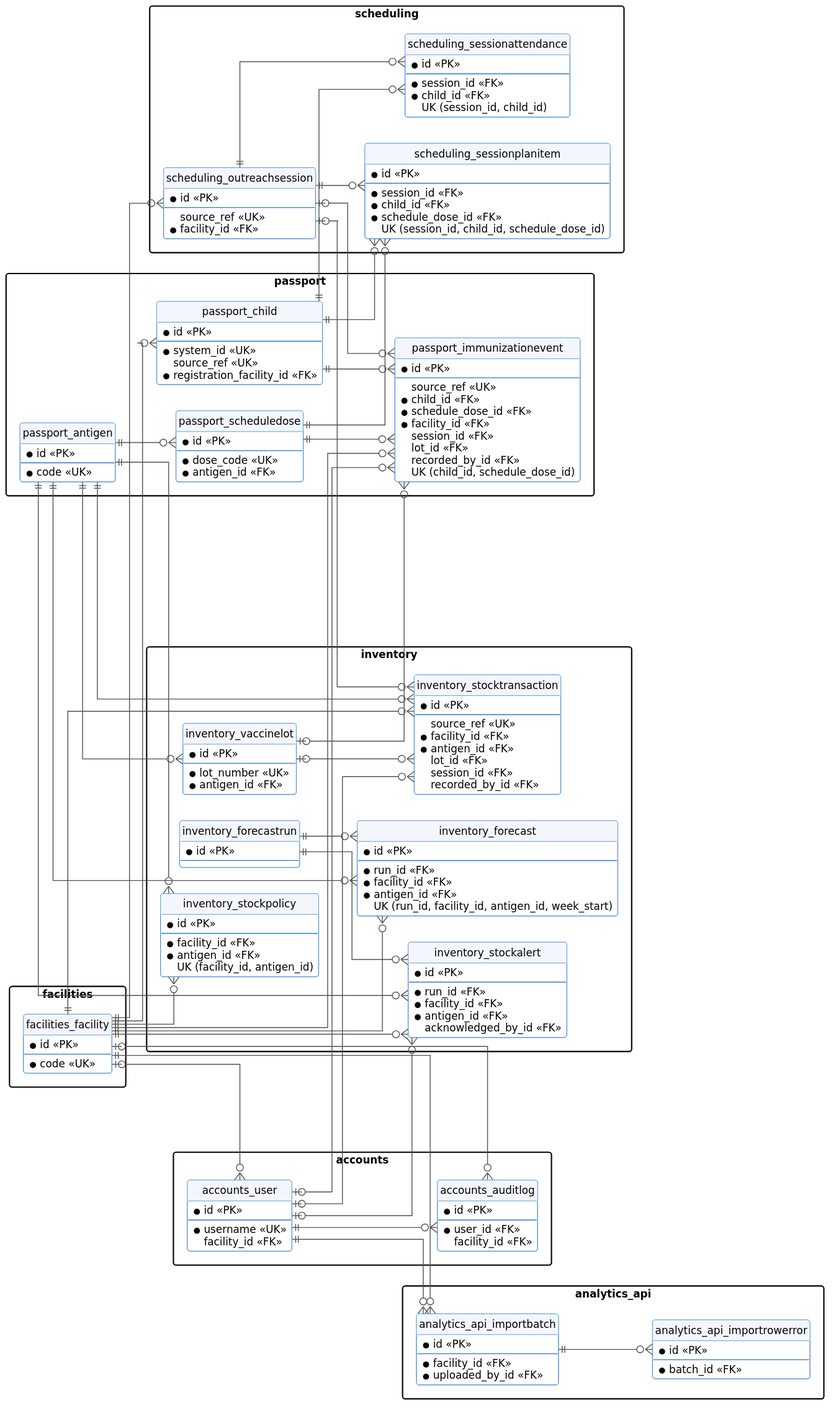
This is docs/evidence/F-ERD_entity_relationship.svg from shantelle04/immunization-dss, a PlantUML export, as it was before one commit.
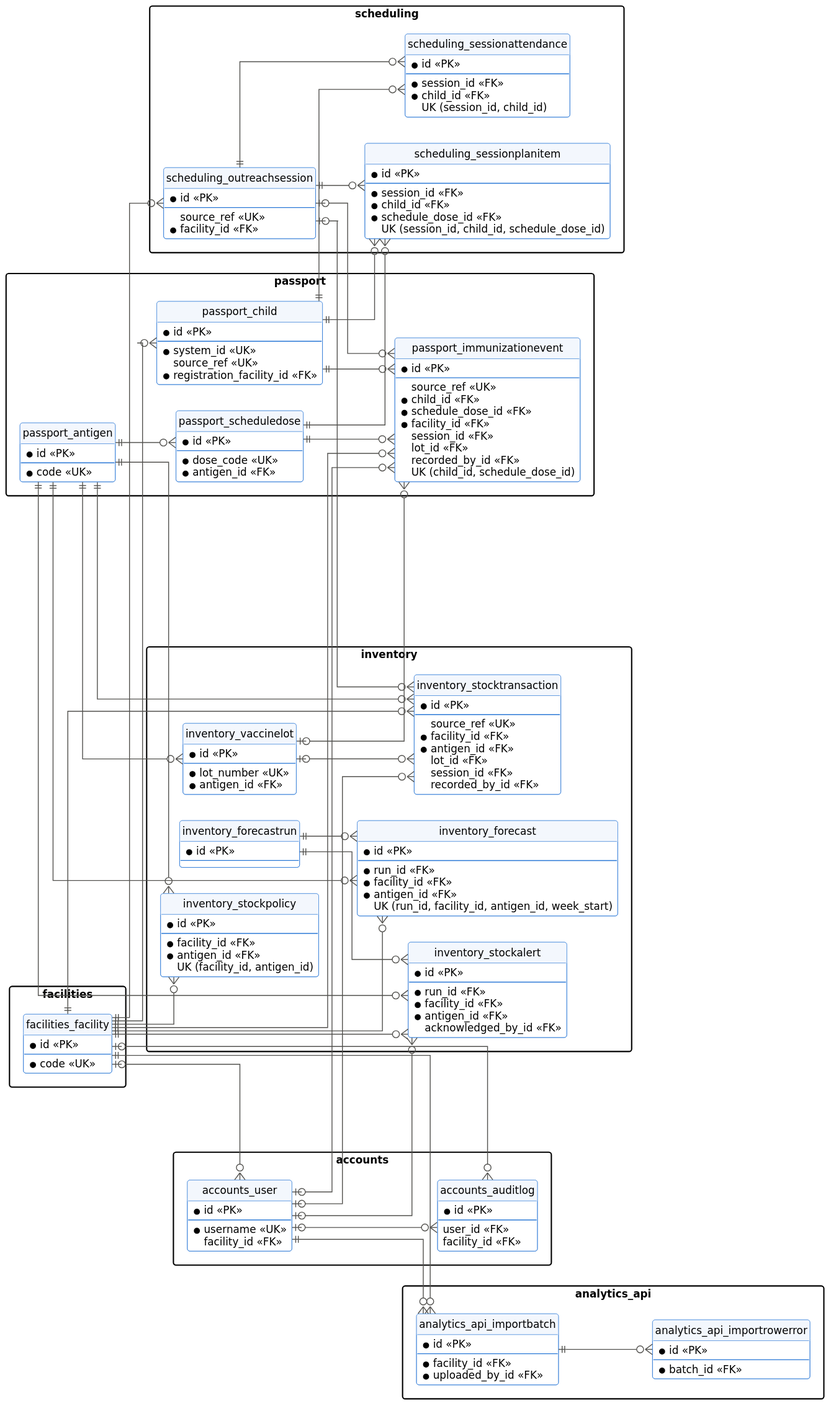
After the change.

The edit, as a diff of the source:
```diff
@@ -21,7 +21,7 @@
   entity "accounts_auditlog" as auditlog {
     * id <<PK>>
     --
-    * user_id <<FK>>
+    user_id <<FK>>
     facility_id <<FK>>
   }
 }
@@ -139,7 +139,7 @@
   }
 }
 facility |o--o{ user
-user ||--o{ auditlog
+user |o--o{ auditlog
 facility |o--o{ auditlog
 antigen ||--o{ scheduledose
 facility ||--o{ child
```
